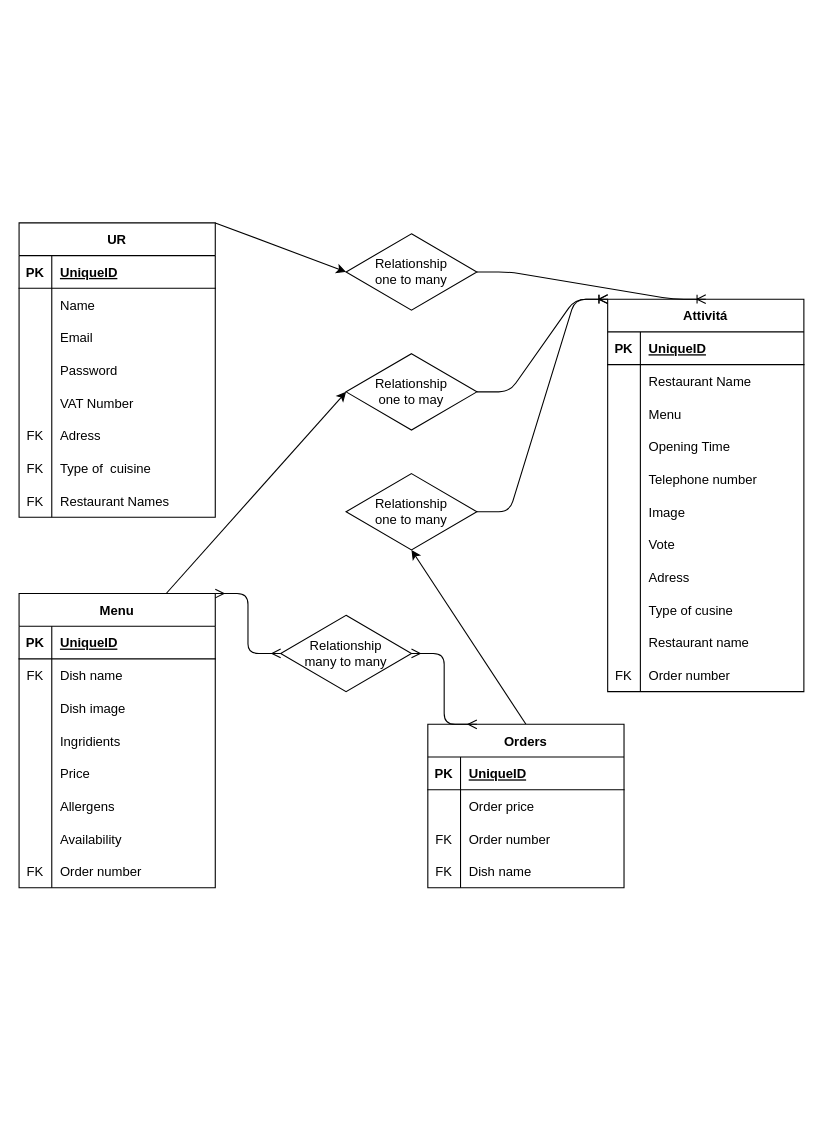
The draw.io diagram schema.drawio in MarioBroi/proggetto, before the edit. Source tidied: cells renumbered, new cells numbered last; positions are measured from the earlier drawing's top-left corner, leaving out a move shared by most shapes. Both pictures are drawn from the tidied source at 109%, with x=0, y=0 at pixel (19, 222).
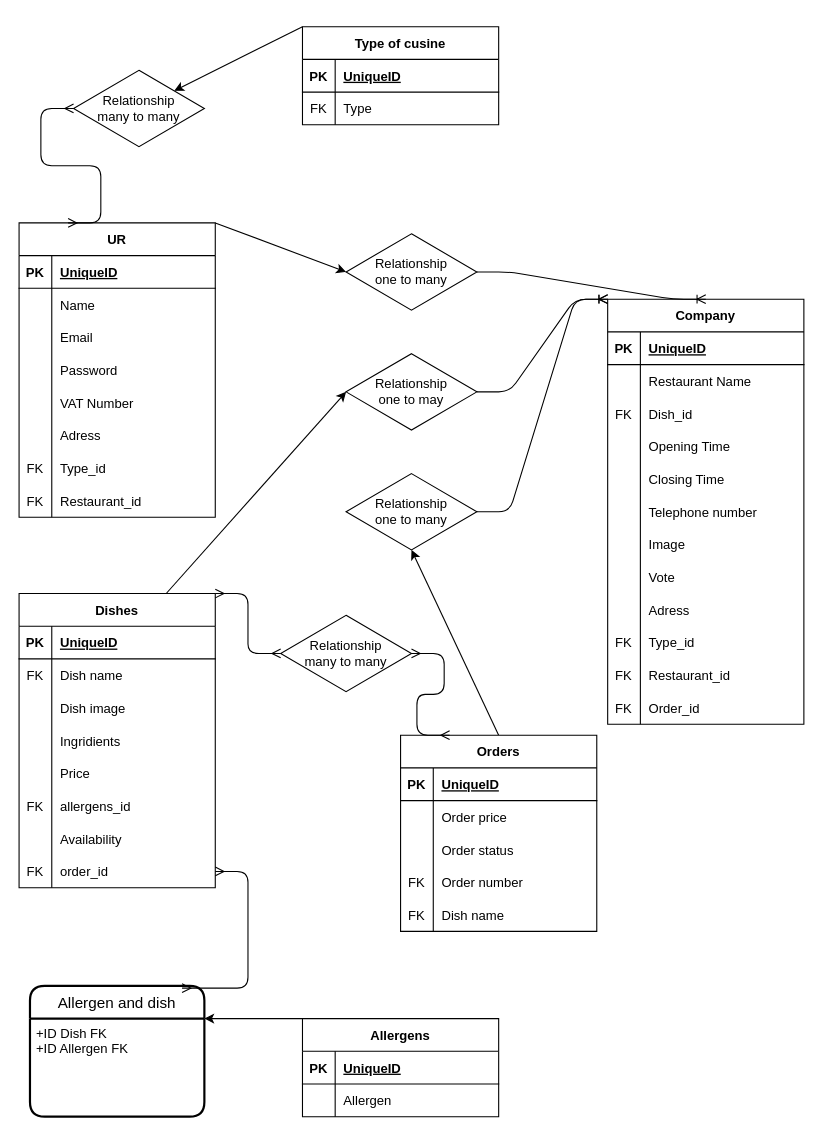
The same page after the edit.

Commit message (it also covers changes not shown here):
edit schema, readme and add tableList

Unchanged cells that the change refers to:
```xml
<mxCell id="2" value="UR" style="shape=table;startSize=30;childLayout=tableLayout;rowLines=0;fontStyle=1;align=center;" parent="1" vertex="1">
  <mxGeometry width="180" height="270" as="geometry" />
</mxCell>
<mxCell id="18" style="shape=tableRow;horizontal=0;startSize=0;swimlaneHead=0;swimlaneBody=0;fillColor=none;top=0;left=0;right=0;bottom=0;" parent="2" vertex="1">
  <mxGeometry y="180" width="180" height="30" as="geometry" />
</mxCell>
<mxCell id="21" style="shape=tableRow;horizontal=0;startSize=0;swimlaneHead=0;swimlaneBody=0;fillColor=none;top=0;left=0;right=0;bottom=0;" parent="2" vertex="1">
  <mxGeometry y="210" width="180" height="30" as="geometry" />
</mxCell>
<mxCell id="24" style="shape=tableRow;horizontal=0;startSize=0;swimlaneHead=0;swimlaneBody=0;fillColor=none;top=0;left=0;right=0;bottom=0;" parent="2" vertex="1">
  <mxGeometry y="240" width="180" height="30" as="geometry" />
</mxCell>
<mxCell id="34" style="shape=tableRow;horizontal=0;startSize=0;swimlaneHead=0;swimlaneBody=0;fillColor=none;top=0;left=0;right=0;bottom=0;" parent="27" vertex="1">
  <mxGeometry y="90" width="180" height="30" as="geometry" />
</mxCell>
<mxCell id="78" style="shape=tableRow;horizontal=0;startSize=0;swimlaneHead=0;swimlaneBody=0;fillColor=none;top=0;left=0;right=0;bottom=0;" parent="62" vertex="1">
  <mxGeometry y="180" width="180" height="30" as="geometry" />
</mxCell>
<mxCell id="84" style="shape=tableRow;horizontal=0;startSize=0;swimlaneHead=0;swimlaneBody=0;fillColor=none;points=[[0,0.5],[1,0.5]];portConstraint=eastwest;top=0;left=0;right=0;bottom=0;" parent="62" vertex="1">
  <mxGeometry y="240" width="180" height="30" as="geometry" />
</mxCell>
```

Diff of the diagram source:
```diff
@@
-    <mxCell id="19" value="FK" style="shape=partialRectangle;fillColor=none;top=0;left=0;bottom=0;right=0;overflow=hidden;" parent="18" vertex="1">
+    <mxCell id="19" style="shape=partialRectangle;fillColor=none;top=0;left=0;bottom=0;right=0;overflow=hidden;" parent="18" vertex="1">
       <mxGeometry width="30" height="30" as="geometry" />
     </mxCell>
@@
-    <mxCell id="23" value="Type of  cuisine" style="shape=partialRectangle;fillColor=none;top=0;left=0;bottom=0;right=0;align=left;spacingLeft=6;fontStyle=0;overflow=hidden;" parent="21" vertex="1">
+    <mxCell id="23" value="Type_id" style="shape=partialRectangle;fillColor=none;top=0;left=0;bottom=0;right=0;align=left;spacingLeft=6;fontStyle=0;overflow=hidden;" parent="21" vertex="1">
       <mxGeometry x="30" width="150" height="30" as="geometry" />
     </mxCell>
@@
-    <mxCell id="26" value="Restaurant Names" style="shape=partialRectangle;fillColor=none;top=0;left=0;bottom=0;right=0;align=left;spacingLeft=6;overflow=hidden;" parent="24" vertex="1">
+    <mxCell id="26" value="Restaurant_id" style="shape=partialRectangle;fillColor=none;top=0;left=0;bottom=0;right=0;align=left;spacingLeft=6;overflow=hidden;" parent="24" vertex="1">
       <mxGeometry x="30" width="150" height="30" as="geometry" />
     </mxCell>
-    <mxCell id="27" value="Attivitá" style="shape=table;startSize=30;childLayout=tableLayout;rowLines=0;fontStyle=1;align=center;" parent="1" vertex="1">
-      <mxGeometry x="540" y="70" width="180" height="360" as="geometry" />
+    <mxCell id="27" value="Company" style="shape=table;startSize=30;childLayout=tableLayout;rowLines=0;fontStyle=1;align=center;" parent="1" vertex="1">
+      <mxGeometry x="540" y="70" width="180" height="390" as="geometry" />
     </mxCell>
@@
-    <mxCell id="35" style="shape=partialRectangle;fillColor=none;top=0;left=0;bottom=0;right=0;overflow=hidden;" parent="34" vertex="1">
+    <mxCell id="35" value="FK" style="shape=partialRectangle;fillColor=none;top=0;left=0;bottom=0;right=0;overflow=hidden;" parent="34" vertex="1">
       <mxGeometry width="30" height="30" as="geometry" />
     </mxCell>
-    <mxCell id="36" value="Menu" style="shape=partialRectangle;fillColor=none;top=0;left=0;bottom=0;right=0;align=left;spacingLeft=6;overflow=hidden;" parent="34" vertex="1">
+    <mxCell id="36" value="Dish_id" style="shape=partialRectangle;fillColor=none;top=0;left=0;bottom=0;right=0;align=left;spacingLeft=6;overflow=hidden;" parent="34" vertex="1">
       <mxGeometry x="30" width="150" height="30" as="geometry" />
     </mxCell>
@@
+    <mxCell id="111" style="shape=tableRow;horizontal=0;startSize=0;swimlaneHead=0;swimlaneBody=0;fillColor=none;top=0;left=0;right=0;bottom=0;" parent="27" vertex="1">
+      <mxGeometry y="150" width="180" height="30" as="geometry" />
+    </mxCell>
+    <mxCell id="112" style="shape=partialRectangle;fillColor=none;top=0;left=0;bottom=0;right=0;overflow=hidden;" parent="111" vertex="1">
+      <mxGeometry width="30" height="30" as="geometry" />
+    </mxCell>
+    <mxCell id="113" value="Closing Time" style="shape=partialRectangle;fillColor=none;top=0;left=0;bottom=0;right=0;align=left;spacingLeft=6;overflow=hidden;" parent="111" vertex="1">
+      <mxGeometry x="30" width="150" height="30" as="geometry" />
+    </mxCell>
     <mxCell id="40" style="shape=tableRow;horizontal=0;startSize=0;swimlaneHead=0;swimlaneBody=0;fillColor=none;top=0;left=0;right=0;bottom=0;" parent="27" vertex="1">
-      <mxGeometry y="150" width="180" height="30" as="geometry" />
+      <mxGeometry y="180" width="180" height="30" as="geometry" />
     </mxCell>
@@
     <mxCell id="43" style="shape=tableRow;horizontal=0;startSize=0;swimlaneHead=0;swimlaneBody=0;fillColor=none;top=0;left=0;right=0;bottom=0;" parent="27" vertex="1">
-      <mxGeometry y="180" width="180" height="30" as="geometry" />
+      <mxGeometry y="210" width="180" height="30" as="geometry" />
     </mxCell>
@@
     <mxCell id="46" style="shape=tableRow;horizontal=0;startSize=0;swimlaneHead=0;swimlaneBody=0;fillColor=none;top=0;left=0;right=0;bottom=0;" parent="27" vertex="1">
-      <mxGeometry y="210" width="180" height="30" as="geometry" />
+      <mxGeometry y="240" width="180" height="30" as="geometry" />
     </mxCell>
@@
     <mxCell id="49" style="shape=tableRow;horizontal=0;startSize=0;swimlaneHead=0;swimlaneBody=0;fillColor=none;top=0;left=0;right=0;bottom=0;" parent="27" vertex="1">
-      <mxGeometry y="240" width="180" height="30" as="geometry" />
+      <mxGeometry y="270" width="180" height="30" as="geometry" />
     </mxCell>
@@
     <mxCell id="52" style="shape=tableRow;horizontal=0;startSize=0;swimlaneHead=0;swimlaneBody=0;fillColor=none;top=0;left=0;right=0;bottom=0;" parent="27" vertex="1">
-      <mxGeometry y="270" width="180" height="30" as="geometry" />
+      <mxGeometry y="300" width="180" height="30" as="geometry" />
     </mxCell>
-    <mxCell id="53" style="shape=partialRectangle;fillColor=none;top=0;left=0;bottom=0;right=0;overflow=hidden;" parent="52" vertex="1">
+    <mxCell id="53" value="FK" style="shape=partialRectangle;fillColor=none;top=0;left=0;bottom=0;right=0;overflow=hidden;" parent="52" vertex="1">
       <mxGeometry width="30" height="30" as="geometry" />
     </mxCell>
-    <mxCell id="54" value="Type of cusine" style="shape=partialRectangle;fillColor=none;top=0;left=0;bottom=0;right=0;align=left;spacingLeft=6;overflow=hidden;" parent="52" vertex="1">
+    <mxCell id="54" value="Type_id" style="shape=partialRectangle;fillColor=none;top=0;left=0;bottom=0;right=0;align=left;spacingLeft=6;overflow=hidden;" parent="52" vertex="1">
       <mxGeometry x="30" width="150" height="30" as="geometry" />
     </mxCell>
     <mxCell id="55" style="shape=tableRow;horizontal=0;startSize=0;swimlaneHead=0;swimlaneBody=0;fillColor=none;top=0;left=0;right=0;bottom=0;" parent="27" vertex="1">
-      <mxGeometry y="300" width="180" height="30" as="geometry" />
+      <mxGeometry y="330" width="180" height="30" as="geometry" />
     </mxCell>
-    <mxCell id="56" style="shape=partialRectangle;fillColor=none;top=0;left=0;bottom=0;right=0;overflow=hidden;" parent="55" vertex="1">
+    <mxCell id="56" value="FK" style="shape=partialRectangle;fillColor=none;top=0;left=0;bottom=0;right=0;overflow=hidden;" parent="55" vertex="1">
       <mxGeometry width="30" height="30" as="geometry" />
     </mxCell>
-    <mxCell id="57" value="Restaurant name" style="shape=partialRectangle;fillColor=none;top=0;left=0;bottom=0;right=0;align=left;spacingLeft=6;overflow=hidden;" parent="55" vertex="1">
+    <mxCell id="57" value="Restaurant_id" style="shape=partialRectangle;fillColor=none;top=0;left=0;bottom=0;right=0;align=left;spacingLeft=6;overflow=hidden;" parent="55" vertex="1">
       <mxGeometry x="30" width="150" height="30" as="geometry" />
     </mxCell>
     <mxCell id="58" style="shape=tableRow;horizontal=0;startSize=0;swimlaneHead=0;swimlaneBody=0;fillColor=none;top=0;left=0;right=0;bottom=0;" parent="27" vertex="1">
-      <mxGeometry y="330" width="180" height="30" as="geometry" />
+      <mxGeometry y="360" width="180" height="30" as="geometry" />
     </mxCell>
@@
-    <mxCell id="60" value="Order number" style="shape=partialRectangle;fillColor=none;top=0;left=0;bottom=0;right=0;align=left;spacingLeft=6;overflow=hidden;" parent="58" vertex="1">
+    <mxCell id="60" value="Order_id" style="shape=partialRectangle;fillColor=none;top=0;left=0;bottom=0;right=0;align=left;spacingLeft=6;overflow=hidden;" parent="58" vertex="1">
       <mxGeometry x="30" width="150" height="30" as="geometry" />
     </mxCell>
@@
-    <mxCell id="62" value="Menu" style="shape=table;startSize=30;childLayout=tableLayout;rowLines=0;fontStyle=1;align=center;" parent="1" vertex="1">
+    <mxCell id="62" value="Dishes" style="shape=table;startSize=30;childLayout=tableLayout;rowLines=0;fontStyle=1;align=center;" parent="1" vertex="1">
       <mxGeometry y="340" width="180" height="270" as="geometry" />
     </mxCell>
@@
-    <mxCell id="79" style="shape=partialRectangle;fillColor=none;top=0;left=0;bottom=0;right=0;overflow=hidden;" parent="78" vertex="1">
+    <mxCell id="79" value="FK" style="shape=partialRectangle;fillColor=none;top=0;left=0;bottom=0;right=0;overflow=hidden;" parent="78" vertex="1">
       <mxGeometry width="30" height="30" as="geometry" />
     </mxCell>
-    <mxCell id="80" value="Allergens" style="shape=partialRectangle;fillColor=none;top=0;left=0;bottom=0;right=0;align=left;spacingLeft=6;overflow=hidden;" parent="78" vertex="1">
+    <mxCell id="80" value="allergens_id" style="shape=partialRectangle;fillColor=none;top=0;left=0;bottom=0;right=0;align=left;spacingLeft=6;overflow=hidden;" parent="78" vertex="1">
       <mxGeometry x="30" width="150" height="30" as="geometry" />
     </mxCell>
@@
-    <mxCell id="86" value="Order number" style="shape=partialRectangle;fillColor=none;top=0;left=0;bottom=0;right=0;align=left;spacingLeft=6;overflow=hidden;" parent="84" vertex="1">
+    <mxCell id="86" value="order_id" style="shape=partialRectangle;fillColor=none;top=0;left=0;bottom=0;right=0;align=left;spacingLeft=6;overflow=hidden;" parent="84" vertex="1">
       <mxGeometry x="30" width="150" height="30" as="geometry" />
     </mxCell>
@@
     <mxCell id="88" value="Orders" style="shape=table;startSize=30;childLayout=tableLayout;rowLines=0;fontStyle=1;align=center;" parent="1" vertex="1">
-      <mxGeometry x="375" y="460" width="180" height="150" as="geometry" />
+      <mxGeometry x="350" y="470" width="180" height="180" as="geometry" />
     </mxCell>
@@
+    <mxCell id="114" style="shape=tableRow;horizontal=0;startSize=0;swimlaneHead=0;swimlaneBody=0;fillColor=none;top=0;left=0;right=0;bottom=0;" parent="88" vertex="1">
+      <mxGeometry y="90" width="180" height="30" as="geometry" />
+    </mxCell>
+    <mxCell id="115" style="shape=partialRectangle;fillColor=none;top=0;left=0;bottom=0;right=0;fontStyle=0;overflow=hidden;" parent="114" vertex="1">
+      <mxGeometry width="30" height="30" as="geometry" />
+    </mxCell>
+    <mxCell id="116" value="Order status" style="shape=partialRectangle;fillColor=none;top=0;left=0;bottom=0;right=0;align=left;spacingLeft=6;fontStyle=0;overflow=hidden;" parent="114" vertex="1">
+      <mxGeometry x="30" width="150" height="30" as="geometry" />
+    </mxCell>
     <mxCell id="95" style="shape=tableRow;horizontal=0;startSize=0;swimlaneHead=0;swimlaneBody=0;fillColor=none;top=0;left=0;right=0;bottom=0;" parent="88" vertex="1">
-      <mxGeometry y="90" width="180" height="30" as="geometry" />
+      <mxGeometry y="120" width="180" height="30" as="geometry" />
     </mxCell>
@@
     <mxCell id="98" style="shape=tableRow;horizontal=0;startSize=0;swimlaneHead=0;swimlaneBody=0;fillColor=none;top=0;left=0;right=0;bottom=0;" parent="88" vertex="1">
-      <mxGeometry y="120" width="180" height="30" as="geometry" />
+      <mxGeometry y="150" width="180" height="30" as="geometry" />
     </mxCell>
@@
+    <mxCell id="117" value="Allergen and dish" style="swimlane;horizontal=1;startSize=30;rounded=1;fontSize=14;fontStyle=0;strokeWidth=2;shadow=0;dashed=0;align=center;" parent="1" vertex="1">
+      <mxGeometry x="10" y="700" width="160" height="120" as="geometry" />
+    </mxCell>
+    <mxCell id="118" value="+ID Dish FK&#10;+ID Allergen FK&#10;" style="align=left;strokeColor=none;fillColor=none;spacingLeft=4;fontSize=12;verticalAlign=top;" parent="117" vertex="1">
+      <mxGeometry y="30" width="160" height="90" as="geometry" />
+    </mxCell>
+    <mxCell id="119" style="edgeStyle=none;html=1;exitX=0;exitY=0;exitDx=0;exitDy=0;entryX=1;entryY=0;entryDx=0;entryDy=0;" parent="1" edge="1" source="120" target="118">
+      <mxGeometry relative="1" as="geometry" />
+    </mxCell>
+    <mxCell id="120" value="Allergens" style="shape=table;startSize=30;childLayout=tableLayout;rowLines=0;fontStyle=1;align=center;" parent="1" vertex="1">
+      <mxGeometry x="260" y="730" width="180" height="90" as="geometry" />
+    </mxCell>
+    <mxCell id="121" style="shape=tableRow;horizontal=0;startSize=0;swimlaneHead=0;swimlaneBody=0;fillColor=none;top=0;left=0;right=0;bottom=1;" parent="120" vertex="1">
+      <mxGeometry y="30" width="180" height="30" as="geometry" />
+    </mxCell>
+    <mxCell id="122" value="PK" style="shape=partialRectangle;fillColor=none;top=0;left=0;bottom=0;right=0;fontStyle=1;overflow=hidden;" parent="121" vertex="1">
+      <mxGeometry width="30" height="30" as="geometry" />
+    </mxCell>
+    <mxCell id="123" value="UniqueID" style="shape=partialRectangle;fillColor=none;top=0;left=0;bottom=0;right=0;align=left;spacingLeft=6;fontStyle=5;overflow=hidden;" parent="121" vertex="1">
+      <mxGeometry x="30" width="150" height="30" as="geometry" />
+    </mxCell>
+    <mxCell id="124" style="shape=tableRow;horizontal=0;startSize=0;swimlaneHead=0;swimlaneBody=0;fillColor=none;top=0;left=0;right=0;bottom=0;" parent="120" vertex="1">
+      <mxGeometry y="60" width="180" height="30" as="geometry" />
+    </mxCell>
+    <mxCell id="125" style="shape=partialRectangle;fillColor=none;top=0;left=0;bottom=0;right=0;overflow=hidden;" parent="124" vertex="1">
+      <mxGeometry width="30" height="30" as="geometry" />
+    </mxCell>
+    <mxCell id="126" value="Allergen" style="shape=partialRectangle;fillColor=none;top=0;left=0;bottom=0;right=0;align=left;spacingLeft=6;overflow=hidden;" parent="124" vertex="1">
+      <mxGeometry x="30" width="150" height="30" as="geometry" />
+    </mxCell>
+    <mxCell id="127" style="edgeStyle=entityRelationEdgeStyle;fontSize=12;html=1;endArrow=ERmany;startArrow=ERmany;exitX=0.872;exitY=0.017;exitDx=0;exitDy=0;exitPerimeter=0;" parent="1" edge="1" source="117" target="84">
+      <mxGeometry relative="1" as="geometry" />
+    </mxCell>
+    <mxCell id="128" style="edgeStyle=none;html=1;exitX=0;exitY=0;exitDx=0;exitDy=0;" parent="1" edge="1" source="129" target="136">
+      <mxGeometry relative="1" as="geometry" />
+    </mxCell>
+    <mxCell id="129" value="Type of cusine" style="shape=table;startSize=30;childLayout=tableLayout;rowLines=0;fontStyle=1;align=center;" parent="1" vertex="1">
+      <mxGeometry x="260" y="-180" width="180" height="90" as="geometry" />
+    </mxCell>
+    <mxCell id="130" style="shape=tableRow;horizontal=0;startSize=0;swimlaneHead=0;swimlaneBody=0;fillColor=none;top=0;left=0;right=0;bottom=1;" parent="129" vertex="1">
+      <mxGeometry y="30" width="180" height="30" as="geometry" />
+    </mxCell>
+    <mxCell id="131" value="PK" style="shape=partialRectangle;fillColor=none;top=0;left=0;bottom=0;right=0;fontStyle=1;overflow=hidden;" parent="130" vertex="1">
+      <mxGeometry width="30" height="30" as="geometry" />
+    </mxCell>
+    <mxCell id="132" value="UniqueID" style="shape=partialRectangle;fillColor=none;top=0;left=0;bottom=0;right=0;align=left;spacingLeft=6;fontStyle=5;overflow=hidden;" parent="130" vertex="1">
+      <mxGeometry x="30" width="150" height="30" as="geometry" />
+    </mxCell>
+    <mxCell id="133" style="shape=tableRow;horizontal=0;startSize=0;swimlaneHead=0;swimlaneBody=0;fillColor=none;top=0;left=0;right=0;bottom=0;" parent="129" vertex="1">
+      <mxGeometry y="60" width="180" height="30" as="geometry" />
+    </mxCell>
+    <mxCell id="134" value="FK" style="shape=partialRectangle;fillColor=none;top=0;left=0;bottom=0;right=0;overflow=hidden;" parent="133" vertex="1">
+      <mxGeometry width="30" height="30" as="geometry" />
+    </mxCell>
+    <mxCell id="135" value="Type" style="shape=partialRectangle;fillColor=none;top=0;left=0;bottom=0;right=0;align=left;spacingLeft=6;overflow=hidden;" parent="133" vertex="1">
+      <mxGeometry x="30" width="150" height="30" as="geometry" />
+    </mxCell>
+    <mxCell id="136" value="Relationship&lt;br&gt;many to many" style="shape=rhombus;perimeter=rhombusPerimeter;whiteSpace=wrap;html=1;align=center;" parent="1" vertex="1">
+      <mxGeometry x="50" y="-140" width="120" height="70" as="geometry" />
+    </mxCell>
+    <mxCell id="137" style="edgeStyle=entityRelationEdgeStyle;fontSize=12;html=1;endArrow=ERmany;startArrow=ERmany;entryX=0.25;entryY=0;entryDx=0;entryDy=0;" parent="1" edge="1" source="136" target="2">
+      <mxGeometry relative="1" as="geometry" />
+    </mxCell>
```
